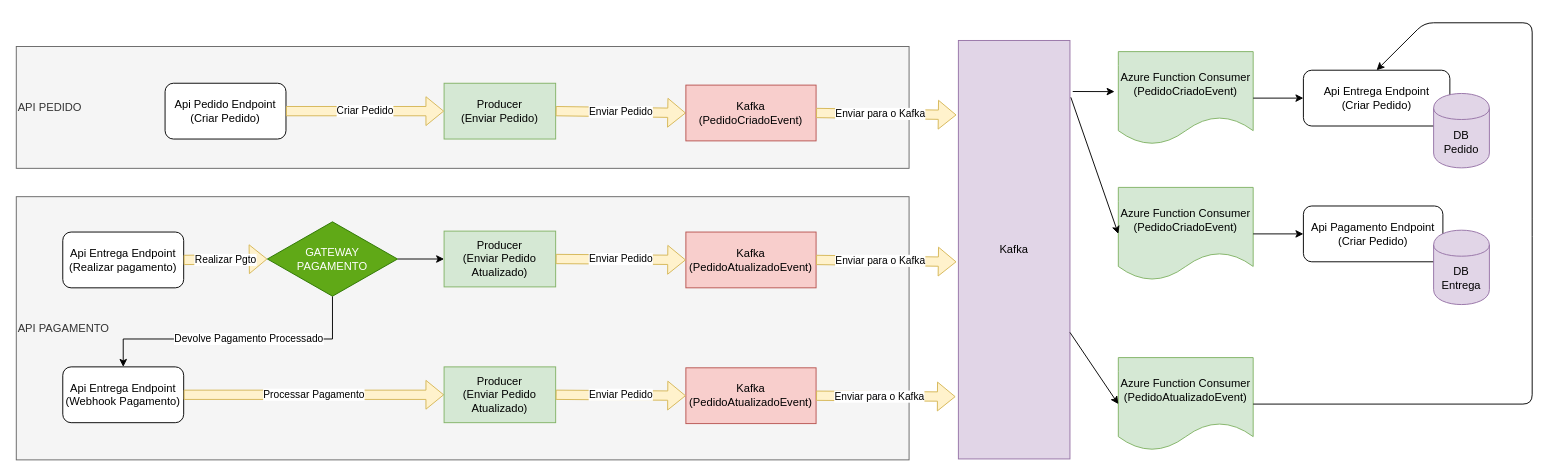
Earlier version of the draw.io diagram DroneDelivery.drawio (esilean/devboost.pagamento.kafka). Source tidied: cells renumbered, new cells numbered last; positions are measured from the earlier drawing's top-left corner, leaving out a move shared by most shapes. Both pictures are drawn from the tidied source at 93%, with x=0, y=0 at pixel (16, 22).
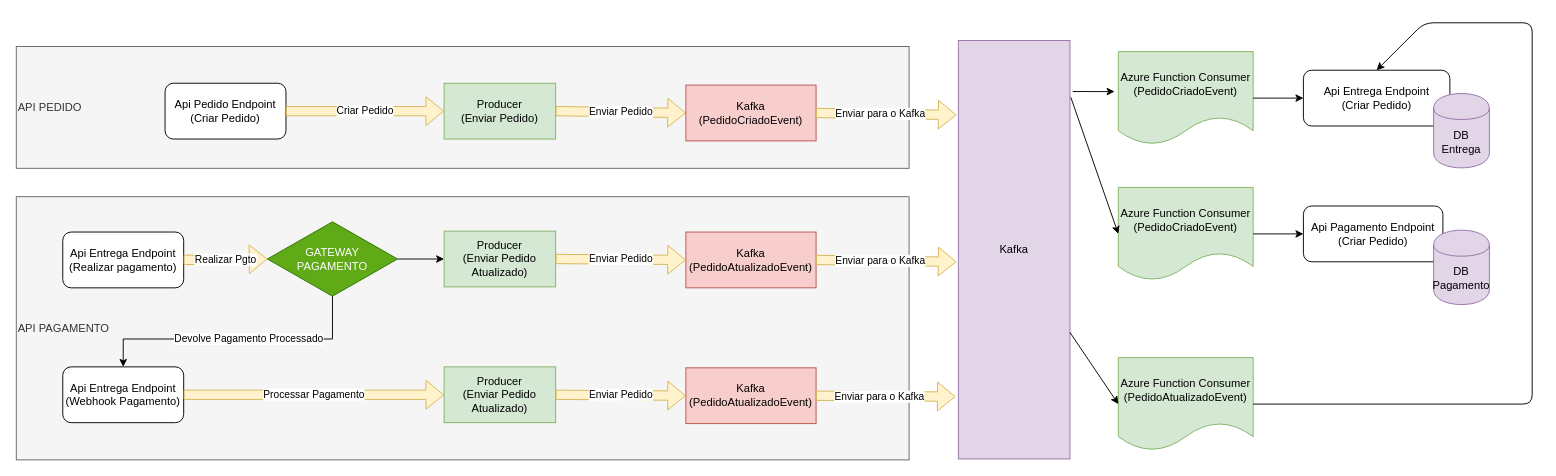
Above is the later version.

The edit, as a diff of the source:
```diff
@@
-    <mxCell id="18" value="DB&lt;br&gt;Pedido" style="shape=cylinder;whiteSpace=wrap;html=1;boundedLbl=1;backgroundOutline=1;fillColor=#e1d5e7;strokeColor=#9673a6;" parent="1" vertex="1">
+    <mxCell id="18" value="DB&lt;br&gt;Entrega" style="shape=cylinder;whiteSpace=wrap;html=1;boundedLbl=1;backgroundOutline=1;fillColor=#e1d5e7;strokeColor=#9673a6;" parent="1" vertex="1">
       <mxGeometry x="1524" y="76" width="60" height="80" as="geometry" />
     </mxCell>
-    <mxCell id="19" value="DB&lt;br&gt;Entrega" style="shape=cylinder;whiteSpace=wrap;html=1;boundedLbl=1;backgroundOutline=1;fillColor=#e1d5e7;strokeColor=#9673a6;" parent="1" vertex="1">
+    <mxCell id="19" value="DB&lt;br&gt;Pagamento" style="shape=cylinder;whiteSpace=wrap;html=1;boundedLbl=1;backgroundOutline=1;fillColor=#e1d5e7;strokeColor=#9673a6;" parent="1" vertex="1">
       <mxGeometry x="1524" y="223" width="60" height="80" as="geometry" />
     </mxCell>
```
